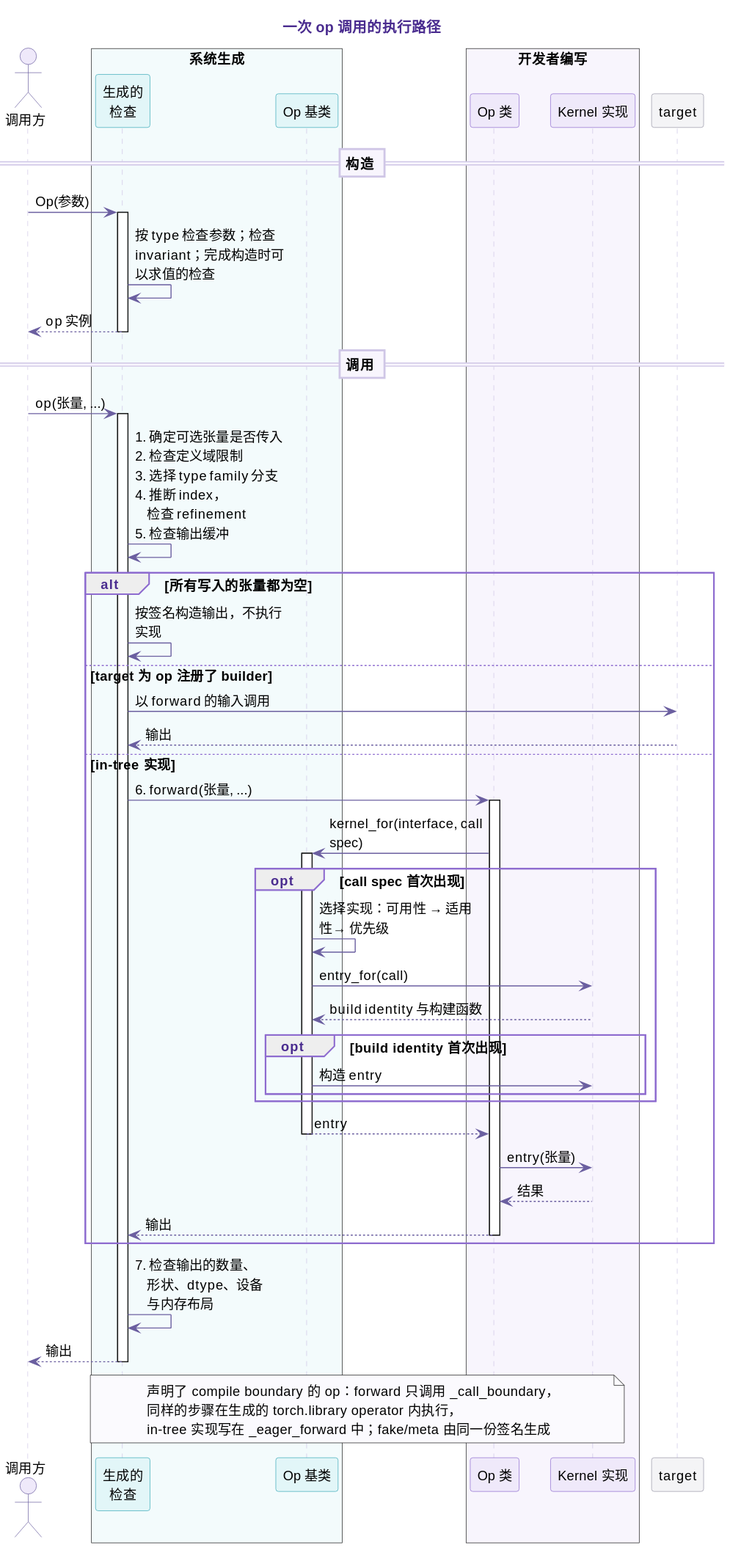
lcy-seso/TileOPs.github.io keeps this PlantUML diagram as docs/user-guide/manifest/img/call.zh.svg. Above is the earlier version.
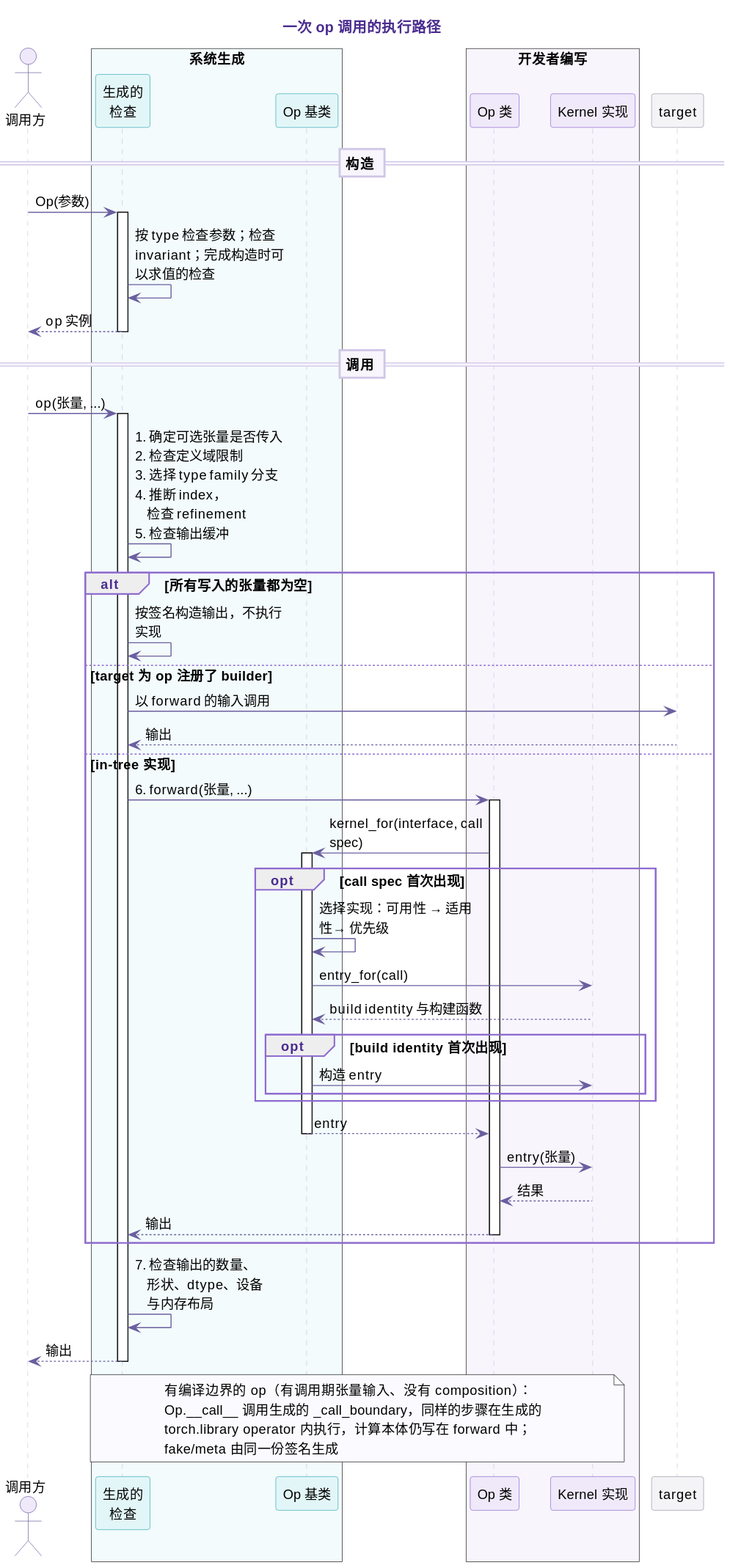
The same file after the commit.

The edit, as a diff of the source:
```diff
@@ -84,8 +84,9 @@
 deactivate chk
 
 note over chk, kern #FBFAFE
-  声明了 compile boundary 的 op：forward 只调用 _call_boundary，
-  同样的步骤在生成的 torch.library operator 内执行，
-  in-tree 实现写在 _eager_forward 中；fake/meta 由同一份签名生成
+  有编译边界的 op（有调用期张量输入、没有 composition）：
+  Op.~__call~__ 调用生成的 _call_boundary，同样的步骤在生成的
+  torch.library operator 内执行，计算本体仍写在 forward 中；
+  fake/meta 由同一份签名生成
 end note
 @enduml
```
